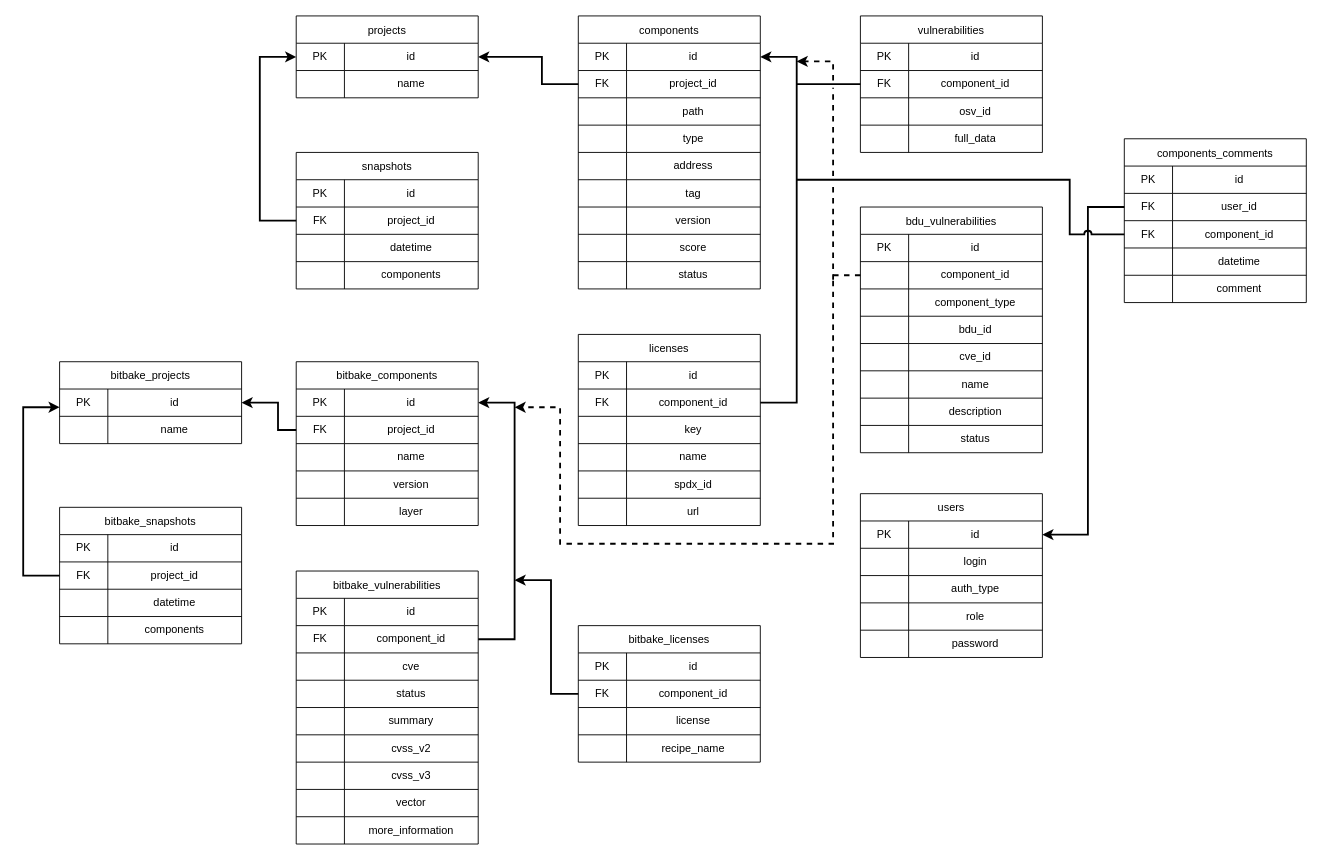
Before: backend/app/repository/db_schema.drawio in DorofD/VulnScanC, a draw.io diagram. Source tidied: cells renumbered, new cells numbered last; positions are measured from the earlier drawing's top-left corner, leaving out a move shared by most shapes. Both pictures are drawn from the tidied source at 91%, with x=0, y=0 at pixel (23, 15).
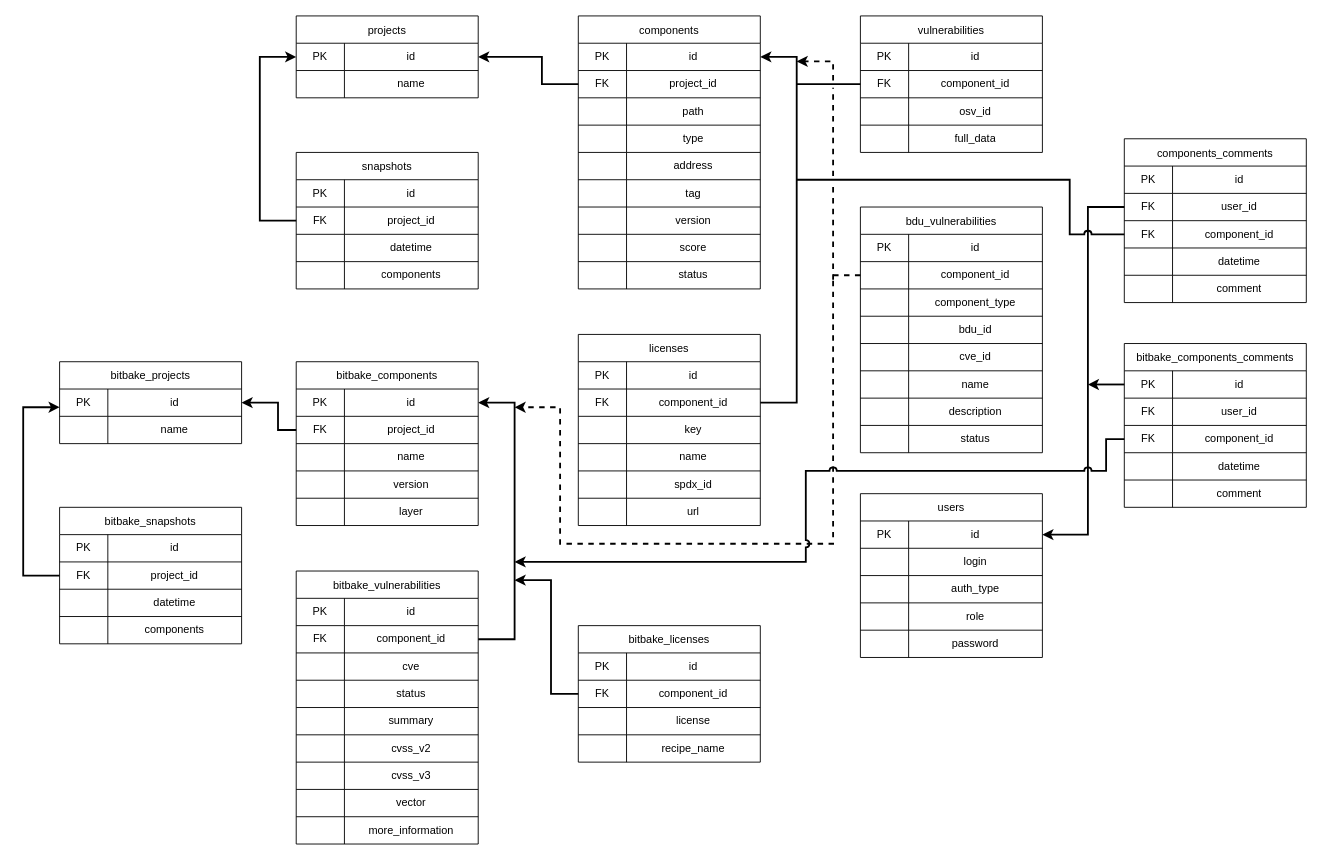
The same diagram, later.

Commit message (it also covers changes not shown here):
комментарии для компонентов bitbake

The edit, as a diff of the source:
```diff
@@
+    <mxCell id="228" value="bitbake_components_comments" style="shape=table;startSize=30;childLayout=tableLayout;" parent="1" vertex="1">
+      <mxGeometry x="1210" y="360" width="200" height="180" as="geometry" />
+    </mxCell>
+    <mxCell id="229" style="shape=tableRow;horizontal=0;startSize=0;swimlaneHead=0;swimlaneBody=0;strokeColor=inherit;top=0;left=0;bottom=0;right=0;fillColor=none;points=[[0,0.5],[1,0.5]];portConstraint=eastwest;" parent="228" vertex="1">
+      <mxGeometry y="30" width="200" height="30" as="geometry" />
+    </mxCell>
+    <mxCell id="230" value="PK" style="shape=partialRectangle;html=1;whiteSpace=wrap;strokeColor=inherit;overflow=hidden;fillColor=none;top=0;left=0;bottom=0;right=0;" parent="229" vertex="1">
+      <mxGeometry width="53" height="30" as="geometry" />
+    </mxCell>
+    <mxCell id="231" value="id" style="shape=partialRectangle;html=1;whiteSpace=wrap;strokeColor=inherit;overflow=hidden;fillColor=none;top=0;left=0;bottom=0;right=0;" parent="229" vertex="1">
+      <mxGeometry x="53" width="147" height="30" as="geometry" />
+    </mxCell>
+    <mxCell id="232" style="shape=tableRow;horizontal=0;startSize=0;swimlaneHead=0;swimlaneBody=0;strokeColor=inherit;top=0;left=0;bottom=0;right=0;fillColor=none;" parent="228" vertex="1">
+      <mxGeometry y="60" width="200" height="30" as="geometry" />
+    </mxCell>
+    <mxCell id="233" value="FK" style="shape=partialRectangle;html=1;whiteSpace=wrap;strokeColor=inherit;overflow=hidden;fillColor=none;top=0;left=0;bottom=0;right=0;" parent="232" vertex="1">
+      <mxGeometry width="53" height="30" as="geometry" />
+    </mxCell>
+    <mxCell id="234" value="user_id" style="shape=partialRectangle;html=1;whiteSpace=wrap;strokeColor=inherit;overflow=hidden;fillColor=none;top=0;left=0;bottom=0;right=0;" parent="232" vertex="1">
+      <mxGeometry x="53" width="147" height="30" as="geometry" />
+    </mxCell>
+    <mxCell id="235" style="shape=tableRow;horizontal=0;startSize=0;swimlaneHead=0;swimlaneBody=0;strokeColor=inherit;top=0;left=0;bottom=0;right=0;fillColor=none;points=[[0,0.5],[1,0.5]];portConstraint=eastwest;" parent="228" vertex="1">
+      <mxGeometry y="90" width="200" height="30" as="geometry" />
+    </mxCell>
+    <mxCell id="236" value="FK" style="shape=partialRectangle;html=1;whiteSpace=wrap;strokeColor=inherit;overflow=hidden;fillColor=none;top=0;left=0;bottom=0;right=0;" parent="235" vertex="1">
+      <mxGeometry width="53" height="30" as="geometry" />
+    </mxCell>
+    <mxCell id="237" value="component_id" style="shape=partialRectangle;html=1;whiteSpace=wrap;strokeColor=inherit;overflow=hidden;fillColor=none;top=0;left=0;bottom=0;right=0;" parent="235" vertex="1">
+      <mxGeometry x="53" width="147" height="30" as="geometry" />
+    </mxCell>
+    <mxCell id="238" style="shape=tableRow;horizontal=0;startSize=0;swimlaneHead=0;swimlaneBody=0;strokeColor=inherit;top=0;left=0;bottom=0;right=0;fillColor=none;" parent="228" vertex="1">
+      <mxGeometry y="120" width="200" height="30" as="geometry" />
+    </mxCell>
+    <mxCell id="239" style="shape=partialRectangle;html=1;whiteSpace=wrap;strokeColor=inherit;overflow=hidden;fillColor=none;top=0;left=0;bottom=0;right=0;" parent="238" vertex="1">
+      <mxGeometry width="53" height="30" as="geometry" />
+    </mxCell>
+    <mxCell id="240" value="datetime" style="shape=partialRectangle;html=1;whiteSpace=wrap;strokeColor=inherit;overflow=hidden;fillColor=none;top=0;left=0;bottom=0;right=0;" parent="238" vertex="1">
+      <mxGeometry x="53" width="147" height="30" as="geometry" />
+    </mxCell>
+    <mxCell id="241" style="shape=tableRow;horizontal=0;startSize=0;swimlaneHead=0;swimlaneBody=0;strokeColor=inherit;top=0;left=0;bottom=0;right=0;fillColor=none;" parent="228" vertex="1">
+      <mxGeometry y="150" width="200" height="30" as="geometry" />
+    </mxCell>
+    <mxCell id="242" style="shape=partialRectangle;html=1;whiteSpace=wrap;strokeColor=inherit;overflow=hidden;fillColor=none;top=0;left=0;bottom=0;right=0;" parent="241" vertex="1">
+      <mxGeometry width="53" height="30" as="geometry" />
+    </mxCell>
+    <mxCell id="243" value="comment" style="shape=partialRectangle;html=1;whiteSpace=wrap;strokeColor=inherit;overflow=hidden;fillColor=none;top=0;left=0;bottom=0;right=0;" parent="241" vertex="1">
+      <mxGeometry x="53" width="147" height="30" as="geometry" />
+    </mxCell>
+    <mxCell id="244" style="endArrow=classic;html=1;rounded=0;strokeWidth=2;exitX=0;exitY=0.5;exitDx=0;exitDy=0;jumpStyle=arc;" parent="1" edge="1" source="235">
+      <mxGeometry relative="1" as="geometry">
+        <mxPoint x="540" y="600" as="targetPoint" />
+        <Array as="points">
+          <mxPoint x="1190" y="465" />
+          <mxPoint x="1190" y="500" />
+          <mxPoint x="1100" y="500" />
+          <mxPoint x="860" y="500" />
+          <mxPoint x="860" y="600" />
+        </Array>
+      </mxGeometry>
+    </mxCell>
+    <mxCell id="245" style="endArrow=classic;html=1;rounded=0;strokeWidth=2;exitX=0;exitY=0.5;exitDx=0;exitDy=0;" parent="1" edge="1" source="229">
+      <mxGeometry relative="1" as="geometry">
+        <mxPoint x="1170" y="405" as="targetPoint" />
+      </mxGeometry>
+    </mxCell>
```
